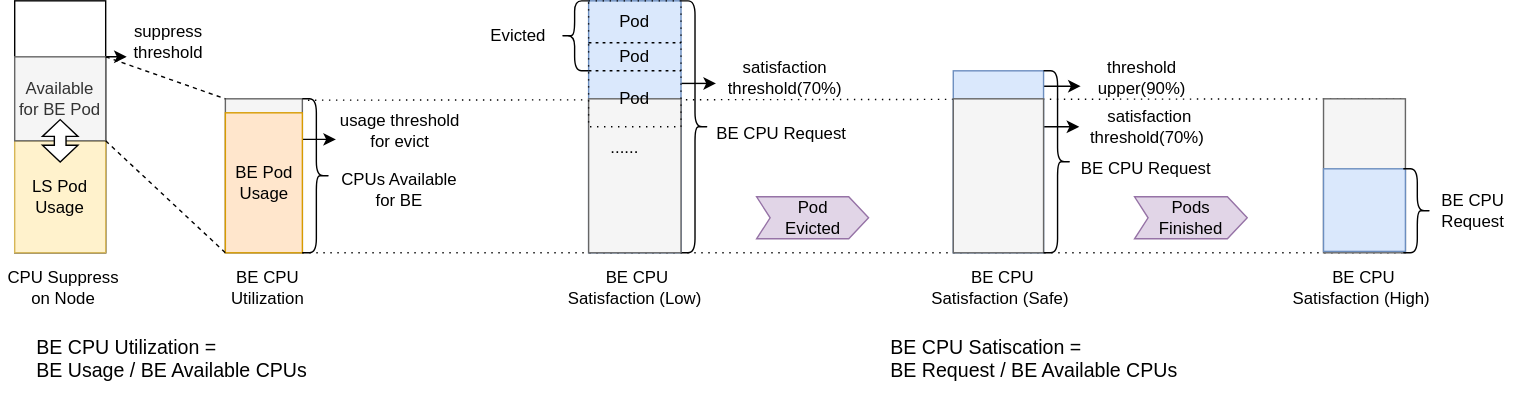
Before: static/img/cpu-evict.svg, a diagram exported from draw.io (koordinator-sh/website). Source tidied: cells renumbered, new cells last; positions are measured from the earlier drawing's top-left corner, leaving out a move shared by most shapes. Source of this version:
```xml
<mxGraphModel>
  <root>
    <mxCell id="0" />
    <mxCell id="1" parent="0" />
    <mxCell id="2" style="endArrow=classic;html=1;rounded=0;" parent="1" edge="1">
      <mxGeometry relative="1" as="geometry">
        <mxPoint x="731.5" y="61" as="sourcePoint" />
        <mxPoint x="771.5" y="61" as="targetPoint" />
      </mxGeometry>
    </mxCell>
    <mxCell id="3" style="endArrow=classic;html=1;rounded=0;" parent="1" edge="1">
      <mxGeometry relative="1" as="geometry">
        <mxPoint x="730.5" y="90" as="sourcePoint" />
        <mxPoint x="770.5" y="90" as="targetPoint" />
      </mxGeometry>
    </mxCell>
    <mxCell id="4" style="endArrow=classic;html=1;rounded=0;" parent="1" edge="1">
      <mxGeometry relative="1" as="geometry">
        <mxPoint x="60" y="40" as="sourcePoint" />
        <mxPoint x="90" y="40" as="targetPoint" />
      </mxGeometry>
    </mxCell>
    <mxCell id="5" style="endArrow=classic;html=1;rounded=0;" parent="1" edge="1">
      <mxGeometry relative="1" as="geometry">
        <mxPoint x="204.5" y="99" as="sourcePoint" />
        <mxPoint x="239.5" y="99" as="targetPoint" />
      </mxGeometry>
    </mxCell>
    <mxCell id="6" style="endArrow=classic;html=1;rounded=0;" parent="1" edge="1">
      <mxGeometry relative="1" as="geometry">
        <mxPoint x="486" y="59" as="sourcePoint" />
        <mxPoint x="511" y="59" as="targetPoint" />
      </mxGeometry>
    </mxCell>
    <mxCell id="7" style="endArrow=none;html=1;rounded=0;dashed=1;dashPattern=1 4;exitX=1.05;exitY=0.009;exitDx=0;exitDy=0;exitPerimeter=0;entryX=1;entryY=0;entryDx=0;entryDy=0;" parent="1" edge="1" source="18" target="32">
      <mxGeometry relative="1" as="geometry" />
    </mxCell>
    <mxCell id="8" style="rounded=0;whiteSpace=wrap;html=1;" parent="1" vertex="1">
      <mxGeometry x="10" width="65" height="180" as="geometry" />
    </mxCell>
    <mxCell id="9" value="CPU Suppress on Node" style="text;html=1;strokeColor=none;fillColor=none;align=center;verticalAlign=middle;whiteSpace=wrap;rounded=0;" parent="1" vertex="1">
      <mxGeometry y="190" width="90" height="30" as="geometry" />
    </mxCell>
    <mxCell id="10" value="LS Pod Usage" style="rounded=0;whiteSpace=wrap;html=1;fillColor=#fff2cc;strokeColor=#d6b656;verticalAlign=middle;" parent="1" vertex="1">
      <mxGeometry x="10" y="100" width="65" height="80" as="geometry" />
    </mxCell>
    <mxCell id="11" value="&lt;span&gt;Available for BE Pod&lt;/span&gt;" style="rounded=0;whiteSpace=wrap;html=1;fillColor=#f5f5f5;strokeColor=#666666;fontColor=#333333;verticalAlign=middle;" parent="1" vertex="1">
      <mxGeometry x="10" y="40" width="65" height="60" as="geometry" />
    </mxCell>
    <mxCell id="12" value="suppress threshold" style="text;html=1;strokeColor=none;fillColor=none;align=center;verticalAlign=middle;whiteSpace=wrap;rounded=0;" parent="1" vertex="1">
      <mxGeometry x="90" y="14" width="60" height="30" as="geometry" />
    </mxCell>
    <mxCell id="13" style="html=1;shadow=0;dashed=0;align=center;verticalAlign=middle;shape=mxgraph.arrows2.twoWayArrow;dy=0.67;dx=12;rotation=-90;" parent="1" vertex="1">
      <mxGeometry x="27.4" y="87.3" width="30.3" height="25.3" as="geometry" />
    </mxCell>
    <mxCell id="14" value="BE CPU Satisfaction (High)&amp;nbsp;" style="text;html=1;strokeColor=none;fillColor=none;align=center;verticalAlign=middle;whiteSpace=wrap;rounded=0;" parent="1" vertex="1">
      <mxGeometry x="919.2" y="190" width="110" height="30" as="geometry" />
    </mxCell>
    <mxCell id="15" value="BE CPU Utilization" style="text;html=1;strokeColor=none;fillColor=none;align=center;verticalAlign=middle;whiteSpace=wrap;rounded=0;" parent="1" vertex="1">
      <mxGeometry x="145.5" y="190" width="90" height="30" as="geometry" />
    </mxCell>
    <mxCell id="16" style="rounded=0;whiteSpace=wrap;html=1;fillColor=#f5f5f5;strokeColor=#666666;fontColor=#333333;verticalAlign=top;" parent="1" vertex="1">
      <mxGeometry x="160.5" y="70" width="55" height="110" as="geometry" />
    </mxCell>
    <mxCell id="17" value="BE Pod Usage" style="rounded=0;whiteSpace=wrap;html=1;fillColor=#ffe6cc;strokeColor=#d79b00;" parent="1" vertex="1">
      <mxGeometry x="160.5" y="80" width="55" height="100" as="geometry" />
    </mxCell>
    <mxCell id="18" style="shape=curlyBracket;whiteSpace=wrap;html=1;rounded=1;flipH=1;verticalAlign=middle;" parent="1" vertex="1">
      <mxGeometry x="215.5" y="70" width="20" height="110" as="geometry" />
    </mxCell>
    <mxCell id="19" value="&lt;span&gt;CPUs Available for BE&lt;/span&gt;" style="text;html=1;strokeColor=none;fillColor=none;align=center;verticalAlign=middle;whiteSpace=wrap;rounded=0;fontColor=#000000;" parent="1" vertex="1">
      <mxGeometry x="240" y="120" width="90" height="30" as="geometry" />
    </mxCell>
    <mxCell id="20" style="endArrow=none;html=1;rounded=0;dashed=1;entryX=0;entryY=0;entryDx=0;entryDy=0;" parent="1" edge="1" target="16">
      <mxGeometry relative="1" as="geometry">
        <mxPoint x="75" y="40" as="sourcePoint" />
      </mxGeometry>
    </mxCell>
    <mxCell id="21" style="endArrow=none;html=1;rounded=0;dashed=1;exitX=1;exitY=0;exitDx=0;exitDy=0;entryX=0;entryY=1;entryDx=0;entryDy=0;" parent="1" edge="1" source="10" target="17">
      <mxGeometry relative="1" as="geometry" />
    </mxCell>
    <mxCell id="22" value="BE CPU Satisfaction (Low)&amp;nbsp;" style="text;html=1;strokeColor=none;fillColor=none;align=center;verticalAlign=middle;whiteSpace=wrap;rounded=0;" parent="1" vertex="1">
      <mxGeometry x="399.5" y="190" width="110" height="30" as="geometry" />
    </mxCell>
    <mxCell id="23" style="rounded=0;whiteSpace=wrap;html=1;fillColor=#dae8fc;strokeColor=#6c8ebf;verticalAlign=top;" parent="1" vertex="1">
      <mxGeometry x="420" width="66" height="180" as="geometry" />
    </mxCell>
    <mxCell id="24" style="endArrow=none;html=1;rounded=0;dashed=1;dashPattern=1 4;entryX=1;entryY=1;entryDx=0;entryDy=0;exitX=1;exitY=1;exitDx=0;exitDy=0;" parent="1" edge="1" source="17" target="32">
      <mxGeometry relative="1" as="geometry" />
    </mxCell>
    <mxCell id="25" value="BE CPU Satiscation = &#10;BE Request / BE Available CPUs " style="text;strokeColor=none;fillColor=none;align=left;verticalAlign=middle;spacingLeft=4;spacingRight=4;overflow=hidden;fontSize=14;" parent="1" vertex="1">
      <mxGeometry x="630" y="230" width="250" height="50" as="geometry" />
    </mxCell>
    <mxCell id="26" style="shape=curlyBracket;whiteSpace=wrap;html=1;rounded=1;flipH=1;verticalAlign=middle;" parent="1" vertex="1">
      <mxGeometry x="486" width="20" height="180" as="geometry" />
    </mxCell>
    <mxCell id="27" value="BE CPU Request" style="text;html=1;strokeColor=none;fillColor=none;align=center;verticalAlign=middle;whiteSpace=wrap;rounded=0;" parent="1" vertex="1">
      <mxGeometry x="506" y="80" width="104" height="30" as="geometry" />
    </mxCell>
    <mxCell id="28" value="BE CPU Utilization = &#10;BE Usage / BE Available CPUs" style="text;strokeColor=none;fillColor=none;align=left;verticalAlign=middle;spacingLeft=4;spacingRight=4;overflow=hidden;fontSize=14;" parent="1" vertex="1">
      <mxGeometry x="19.9" y="230" width="240" height="50" as="geometry" />
    </mxCell>
    <mxCell id="29" value="usage threshold for evict" style="text;html=1;strokeColor=none;fillColor=none;align=center;verticalAlign=middle;whiteSpace=wrap;rounded=0;" parent="1" vertex="1">
      <mxGeometry x="237.8" y="78" width="94.5" height="30" as="geometry" />
    </mxCell>
    <mxCell id="30" value="satisfaction threshold(70%)" style="text;html=1;strokeColor=none;fillColor=none;align=center;verticalAlign=middle;whiteSpace=wrap;rounded=0;" parent="1" vertex="1">
      <mxGeometry x="509.5" y="40" width="100.5" height="30" as="geometry" />
    </mxCell>
    <mxCell id="31" style="rounded=0;whiteSpace=wrap;html=1;fillColor=#f5f5f5;strokeColor=#666666;verticalAlign=top;fontColor=#333333;" parent="1" vertex="1">
      <mxGeometry x="420" y="70" width="66" height="110" as="geometry" />
    </mxCell>
    <mxCell id="32" style="rounded=0;whiteSpace=wrap;html=1;fillColor=#f5f5f5;strokeColor=#666666;fontColor=#333333;verticalAlign=top;" parent="1" vertex="1">
      <mxGeometry x="945" y="70" width="58.5" height="110" as="geometry" />
    </mxCell>
    <mxCell id="33" value="BE CPU Satisfaction (Safe)&amp;nbsp;" style="text;html=1;strokeColor=none;fillColor=none;align=center;verticalAlign=middle;whiteSpace=wrap;rounded=0;" parent="1" vertex="1">
      <mxGeometry x="660.8" y="190" width="110" height="30" as="geometry" />
    </mxCell>
    <mxCell id="34" style="rounded=0;whiteSpace=wrap;html=1;fillColor=#dae8fc;strokeColor=#6c8ebf;verticalAlign=top;" parent="1" vertex="1">
      <mxGeometry x="680.5" y="50" width="64.5" height="130" as="geometry" />
    </mxCell>
    <mxCell id="35" style="rounded=0;whiteSpace=wrap;html=1;fillColor=#f5f5f5;strokeColor=#666666;fontColor=#333333;verticalAlign=top;" parent="1" vertex="1">
      <mxGeometry x="680.5" y="70" width="64.5" height="110" as="geometry" />
    </mxCell>
    <mxCell id="36" style="rounded=0;whiteSpace=wrap;html=1;fillColor=#dae8fc;strokeColor=#6c8ebf;verticalAlign=top;" parent="1" vertex="1">
      <mxGeometry x="945" y="120" width="58.5" height="59" as="geometry" />
    </mxCell>
    <mxCell id="37" value="Pod" style="rounded=0;whiteSpace=wrap;html=1;fontSize=12;verticalAlign=middle;fillColor=none;dashed=1;dashPattern=1 4;" parent="1" vertex="1">
      <mxGeometry x="420" width="66" height="30" as="geometry" />
    </mxCell>
    <mxCell id="38" value="Pod" style="rounded=0;whiteSpace=wrap;html=1;fontSize=12;verticalAlign=middle;fillColor=none;dashed=1;dashPattern=1 4;" parent="1" vertex="1">
      <mxGeometry x="420" y="30" width="66" height="20" as="geometry" />
    </mxCell>
    <mxCell id="39" value="Pod" style="rounded=0;whiteSpace=wrap;html=1;fontSize=12;verticalAlign=middle;fillColor=none;dashed=1;dashPattern=1 4;" parent="1" vertex="1">
      <mxGeometry x="420" y="50" width="66" height="40" as="geometry" />
    </mxCell>
    <mxCell id="40" style="shape=curlyBracket;whiteSpace=wrap;html=1;rounded=1;flipH=1;verticalAlign=middle;rotation=-180;" parent="1" vertex="1">
      <mxGeometry x="400" width="20" height="50" as="geometry" />
    </mxCell>
    <mxCell id="41" value="Evicted" style="text;html=1;strokeColor=none;fillColor=none;align=center;verticalAlign=middle;whiteSpace=wrap;rounded=0;" parent="1" vertex="1">
      <mxGeometry x="340" y="10" width="60" height="30" as="geometry" />
    </mxCell>
    <mxCell id="42" value="......" style="text;html=1;strokeColor=none;fillColor=none;align=center;verticalAlign=middle;whiteSpace=wrap;rounded=0;" parent="1" vertex="1">
      <mxGeometry x="422.2" y="90" width="47.5" height="30" as="geometry" />
    </mxCell>
    <mxCell id="43" style="shape=curlyBracket;whiteSpace=wrap;html=1;rounded=1;flipH=1;verticalAlign=middle;" parent="1" vertex="1">
      <mxGeometry x="745" y="50" width="20" height="130" as="geometry" />
    </mxCell>
    <mxCell id="44" value="BE CPU Request" style="text;html=1;strokeColor=none;fillColor=none;align=center;verticalAlign=middle;whiteSpace=wrap;rounded=0;" parent="1" vertex="1">
      <mxGeometry x="765.5" y="105" width="105.2" height="30" as="geometry" />
    </mxCell>
    <mxCell id="45" style="shape=curlyBracket;whiteSpace=wrap;html=1;rounded=1;flipH=1;verticalAlign=middle;" parent="1" vertex="1">
      <mxGeometry x="1002" y="120" width="20" height="60" as="geometry" />
    </mxCell>
    <mxCell id="46" value="BE CPU Request" style="text;html=1;strokeColor=none;fillColor=none;align=center;verticalAlign=middle;whiteSpace=wrap;rounded=0;" parent="1" vertex="1">
      <mxGeometry x="1022" y="135" width="60" height="30" as="geometry" />
    </mxCell>
    <mxCell id="47" value="Pod&lt;br&gt;Evicted" style="html=1;shadow=0;dashed=0;align=center;verticalAlign=middle;shape=mxgraph.arrows2.arrow;dy=0;dx=14.17;notch=9.67;dashPattern=1 4;fontSize=12;fillColor=#e1d5e7;strokeColor=#9673a6;" parent="1" vertex="1">
      <mxGeometry x="540" y="140" width="80" height="30" as="geometry" />
    </mxCell>
    <mxCell id="48" value="Pods&lt;br&gt;Finished" style="html=1;shadow=0;dashed=0;align=center;verticalAlign=middle;shape=mxgraph.arrows2.arrow;dy=0;dx=14.17;notch=9.67;dashPattern=1 4;fontSize=12;fillColor=#e1d5e7;strokeColor=#9673a6;" parent="1" vertex="1">
      <mxGeometry x="810" y="140" width="80.5" height="30" as="geometry" />
    </mxCell>
    <mxCell id="49" value="satisfaction threshold(70%)&amp;nbsp;" style="text;html=1;strokeColor=none;fillColor=none;align=center;verticalAlign=middle;whiteSpace=wrap;rounded=0;" parent="1" vertex="1">
      <mxGeometry x="770.8" y="75" width="100" height="30" as="geometry" />
    </mxCell>
    <mxCell id="50" value="threshold upper(90%)" style="text;html=1;strokeColor=none;fillColor=none;align=center;verticalAlign=middle;whiteSpace=wrap;rounded=0;" parent="1" vertex="1">
      <mxGeometry x="771" y="40" width="89" height="30" as="geometry" />
    </mxCell>
  </root>
</mxGraphModel>
```
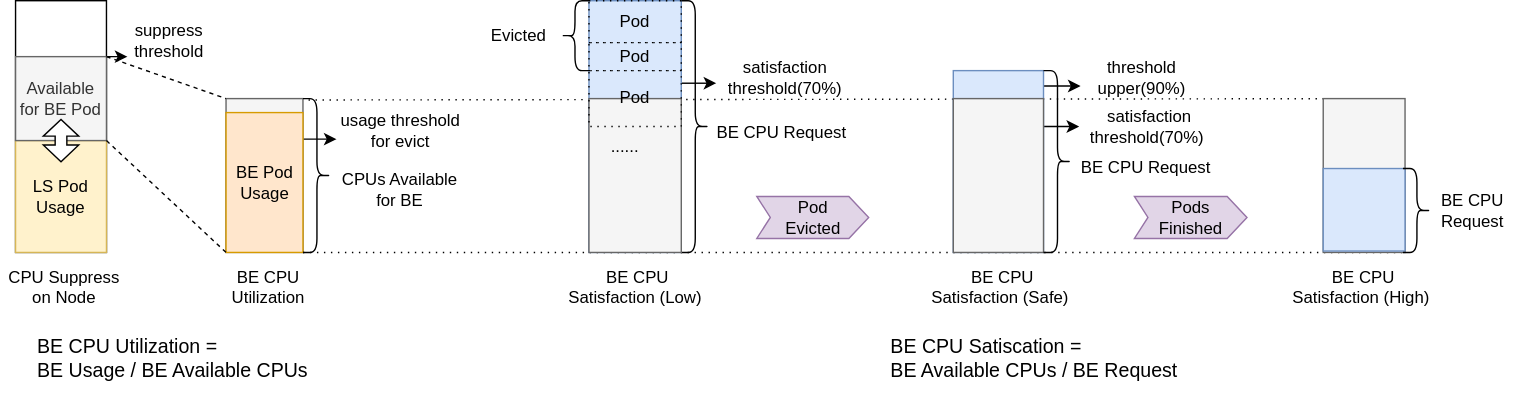
Above is the later version.

Commit message:
Fix the cpu-evict image

The edit, as a diff of the source:
```diff
@@ -88,7 +88,7 @@
     <mxCell id="24" style="endArrow=none;html=1;rounded=0;dashed=1;dashPattern=1 4;entryX=1;entryY=1;entryDx=0;entryDy=0;exitX=1;exitY=1;exitDx=0;exitDy=0;" parent="1" edge="1" source="17" target="32">
       <mxGeometry relative="1" as="geometry" />
     </mxCell>
-    <mxCell id="25" value="BE CPU Satiscation = &#10;BE Request / BE Available CPUs " style="text;strokeColor=none;fillColor=none;align=left;verticalAlign=middle;spacingLeft=4;spacingRight=4;overflow=hidden;fontSize=14;" parent="1" vertex="1">
+    <mxCell id="25" value="BE CPU Satiscation = &#10;BE Available CPUs / BE Request " style="text;strokeColor=none;fillColor=none;align=left;verticalAlign=middle;spacingLeft=4;spacingRight=4;overflow=hidden;fontSize=14;" parent="1" vertex="1">
       <mxGeometry x="630" y="230" width="250" height="50" as="geometry" />
     </mxCell>
     <mxCell id="26" style="shape=curlyBracket;whiteSpace=wrap;html=1;rounded=1;flipH=1;verticalAlign=middle;" parent="1" vertex="1">
```
